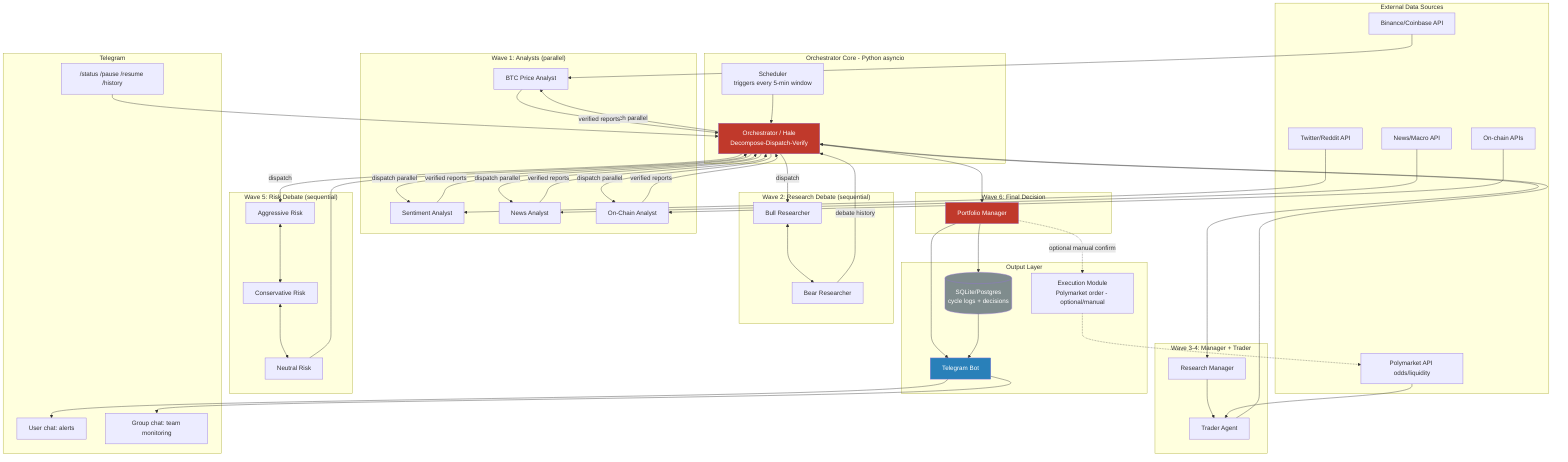
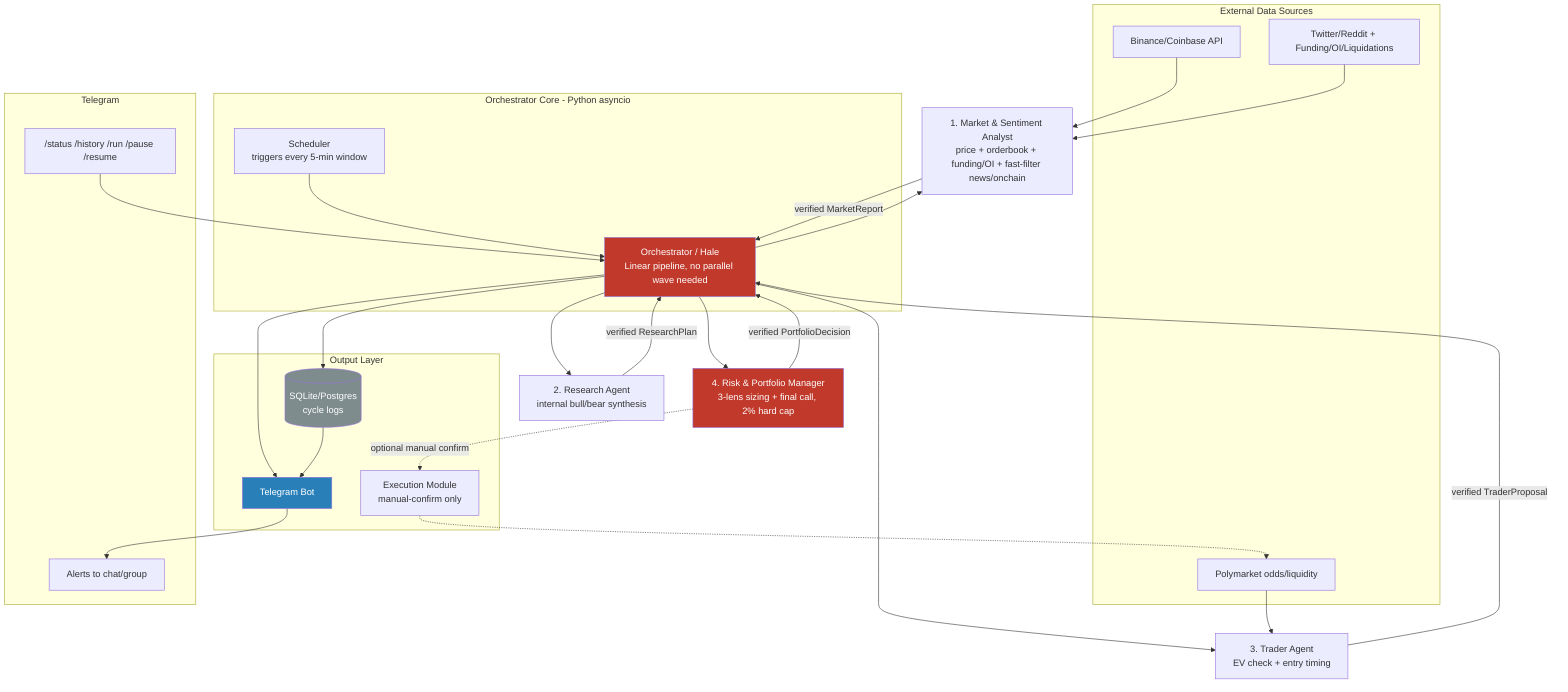
flowchart TB
    subgraph EXT["External Data Sources"]
        BIN[Binance/Coinbase API]
-         TW[Twitter/Reddit API]
-         NEWS[News/Macro API]
-         CHAIN[On-chain APIs]
-         POLY[Polymarket API odds/liquidity]
+         SOC[Twitter/Reddit + Funding/OI/Liquidations]
+         POLY[Polymarket odds/liquidity]
    end

    subgraph CORE["Orchestrator Core - Python asyncio"]
-         ORC[Orchestrator / Hale<br/>Decompose-Dispatch-Verify]
+         ORC[Orchestrator / Hale<br/>Linear pipeline, no parallel wave needed]
        SCHED[Scheduler<br/>triggers every 5-min window]
    end

-     subgraph W1["Wave 1: Analysts (parallel)"]
-         A1[BTC Price Analyst]
-         A2[Sentiment Analyst]
-         A3[News Analyst]
-         A4[On-Chain Analyst]
-     end
- 
-     subgraph W2["Wave 2: Research Debate (sequential)"]
-         B1[Bull Researcher]
-         B2[Bear Researcher]
-     end
- 
-     subgraph W3["Wave 3-4: Manager + Trader"]
-         RM[Research Manager]
-         TR[Trader Agent]
-     end
- 
-     subgraph W5["Wave 5: Risk Debate (sequential)"]
-         R1[Aggressive Risk]
-         R2[Conservative Risk]
-         R3[Neutral Risk]
-     end
- 
-     subgraph W6["Wave 6: Final Decision"]
-         PM[Portfolio Manager]
-     end
+     A1[1. Market & Sentiment Analyst<br/>price + orderbook + funding/OI + fast-filter news/onchain]
+     A2[2. Research Agent<br/>internal bull/bear synthesis]
+     A3[3. Trader Agent<br/>EV check + entry timing]
+     A4[4. Risk & Portfolio Manager<br/>3-lens sizing + final call, 2% hard cap]

    subgraph OUT["Output Layer"]
-         DB[(SQLite/Postgres<br/>cycle logs + decisions)]
+         DB[(SQLite/Postgres<br/>cycle logs)]
        TG[Telegram Bot]
-         EXEC[Execution Module<br/>Polymarket order - optional/manual]
+         EXEC[Execution Module<br/>manual-confirm only]
    end

    subgraph TGUSERS["Telegram"]
-         USER1[User chat: alerts]
-         GROUP[Group chat: team monitoring]
-         CMD["/status /pause /resume /history"]
+         USER1[Alerts to chat/group]
+         CMD["/status /history /run /pause /resume"]
    end

    SCHED --> ORC
    BIN --> A1
-     TW --> A2
-     NEWS --> A3
-     CHAIN --> A4
- 
-     ORC -->|dispatch parallel| A1 & A2 & A3 & A4
-     A1 & A2 & A3 & A4 -->|verified reports| ORC
-     ORC -->|dispatch| B1
-     B1 <--> B2
-     B2 -->|debate history| ORC
-     ORC --> RM
-     RM --> TR
-     POLY --> TR
-     TR --> ORC
-     ORC -->|dispatch| R1
-     R1 <--> R2
-     R2 <--> R3
-     R3 --> ORC
-     ORC --> PM
-     PM --> DB
-     PM --> TG
+     SOC --> A1
+     ORC --> A1
+     A1 -->|verified MarketReport| ORC
+     ORC --> A2
+     A2 -->|verified ResearchPlan| ORC
+     ORC --> A3
+     POLY --> A3
+     A3 -->|verified TraderProposal| ORC
+     ORC --> A4
+     A4 -->|verified PortfolioDecision| ORC
+     ORC --> DB
+     ORC --> TG
    DB --> TG
- 
    TG --> USER1
-     TG --> GROUP
    CMD --> ORC
- 
-     PM -.optional manual confirm.-> EXEC
+     A4 -.optional manual confirm.-> EXEC
    EXEC -.-> POLY

    style ORC fill:#c0392b,color:#fff
-     style PM fill:#c0392b,color:#fff
+     style A4 fill:#c0392b,color:#fff
    style TG fill:#2980b9,color:#fff
    style DB fill:#7f8c8d,color:#fff
